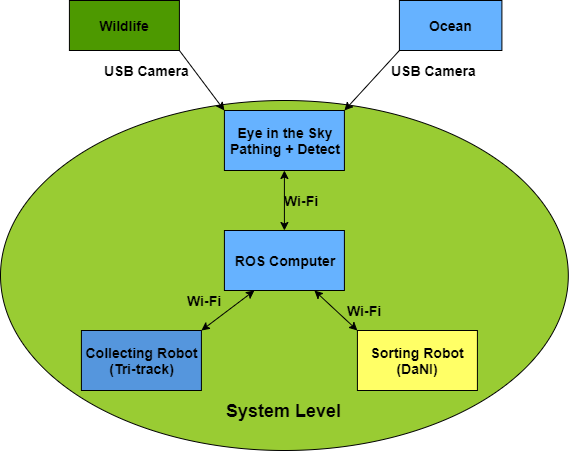
This is Project Videos & Pictures/SysDiagram.png from THEFB199/UniYear3-E-ProjectDocs, a draw.io export, as it was before one commit. Source tidied: cells renumbered, new cells last; positions are measured from the earlier drawing's top-left corner, leaving out a move shared by most shapes. Its diagram source:
```xml
<mxGraphModel>
  <root>
    <mxCell id="0" />
    <mxCell id="1" parent="0" />
    <mxCell id="2" style="ellipse;whiteSpace=wrap;html=1;fillColor=#99CC33;" parent="1" vertex="1">
      <mxGeometry y="100" width="567.8" height="350" as="geometry" />
    </mxCell>
    <mxCell id="3" value="&lt;b&gt;&lt;font style=&quot;font-size: 14px&quot;&gt;Eye in the Sky&lt;br&gt;Pathing + Detect&lt;/font&gt;&lt;/b&gt;" style="rounded=0;whiteSpace=wrap;html=1;fillColor=#66B2FF;" parent="1" vertex="1">
      <mxGeometry x="223.9" y="110" width="120" height="60" as="geometry" />
    </mxCell>
    <mxCell id="4" value="&lt;b&gt;&lt;font style=&quot;font-size: 14px&quot;&gt;Collecting Robot&lt;br&gt;(Tri-track)&lt;/font&gt;&lt;/b&gt;" style="rounded=0;whiteSpace=wrap;html=1;fillColor=#5596Dd;" parent="1" vertex="1">
      <mxGeometry x="80.9" y="330" width="120" height="60" as="geometry" />
    </mxCell>
    <mxCell id="5" value="&lt;b&gt;&lt;font style=&quot;font-size: 14px&quot;&gt;Sorting Robot&lt;br&gt;(DaNI)&lt;/font&gt;&lt;/b&gt;" style="rounded=0;whiteSpace=wrap;html=1;fillColor=#FFFF66;" parent="1" vertex="1">
      <mxGeometry x="356.9" y="330" width="120" height="60" as="geometry" />
    </mxCell>
    <mxCell id="6" value="&lt;b&gt;&lt;font style=&quot;font-size: 14px&quot;&gt;Wildlife&lt;/font&gt;&lt;/b&gt;" style="rounded=0;whiteSpace=wrap;html=1;fillColor=#4D9900;" parent="1" vertex="1">
      <mxGeometry x="68.9" width="110" height="50" as="geometry" />
    </mxCell>
    <mxCell id="7" value="&lt;b&gt;&lt;font style=&quot;font-size: 14px&quot;&gt;Ocean&lt;/font&gt;&lt;/b&gt;" style="rounded=0;whiteSpace=wrap;html=1;fillColor=#66B2FF;" parent="1" vertex="1">
      <mxGeometry x="398.9" width="102.5" height="50" as="geometry" />
    </mxCell>
    <mxCell id="8" value="&lt;b&gt;&lt;font style=&quot;font-size: 14px&quot;&gt;ROS Computer&lt;/font&gt;&lt;/b&gt;" style="rounded=0;whiteSpace=wrap;html=1;fillColor=#66B2FF;" parent="1" vertex="1">
      <mxGeometry x="223.9" y="230" width="120" height="60" as="geometry" />
    </mxCell>
    <mxCell id="9" style="endArrow=classic;startArrow=classic;html=1;exitX=0;exitY=0;exitDx=0;exitDy=0;entryX=0.75;entryY=1;entryDx=0;entryDy=0;" parent="1" edge="1" source="5" target="8">
      <mxGeometry relative="1" as="geometry" />
    </mxCell>
    <mxCell id="10" style="endArrow=classic;startArrow=classic;html=1;exitX=0.25;exitY=1;exitDx=0;exitDy=0;entryX=1;entryY=0;entryDx=0;entryDy=0;" parent="1" edge="1" source="8" target="4">
      <mxGeometry relative="1" as="geometry" />
    </mxCell>
    <mxCell id="11" style="endArrow=classic;startArrow=classic;html=1;entryX=0.5;entryY=0;entryDx=0;entryDy=0;fillColor=none;" parent="1" edge="1" target="8">
      <mxGeometry relative="1" as="geometry">
        <mxPoint x="283.9" y="170" as="sourcePoint" />
      </mxGeometry>
    </mxCell>
    <mxCell id="12" value="&lt;b&gt;&lt;font style=&quot;font-size: 14px&quot;&gt;Wi-Fi&lt;/font&gt;&lt;/b&gt;" style="text;html=1;align=center;verticalAlign=middle;" parent="1" vertex="1">
      <mxGeometry x="276.4" y="190" width="50" height="20" as="geometry" />
    </mxCell>
    <mxCell id="13" value="&lt;b&gt;&lt;font style=&quot;font-size: 14px&quot;&gt;Wi-Fi&lt;/font&gt;&lt;/b&gt;" style="text;html=1;align=center;verticalAlign=middle;" parent="1" vertex="1">
      <mxGeometry x="338.9" y="300" width="50" height="20" as="geometry" />
    </mxCell>
    <mxCell id="14" value="&lt;b&gt;&lt;font style=&quot;font-size: 14px&quot;&gt;Wi-Fi&lt;/font&gt;&lt;/b&gt;" style="text;html=1;align=center;verticalAlign=middle;" parent="1" vertex="1">
      <mxGeometry x="178.9" y="290" width="50" height="20" as="geometry" />
    </mxCell>
    <mxCell id="15" value="&lt;b&gt;&lt;font style=&quot;font-size: 14px&quot;&gt;USB Camera&lt;/font&gt;&lt;/b&gt;" style="text;html=1;align=center;verticalAlign=middle;" parent="1" vertex="1">
      <mxGeometry x="96.4" y="60" width="100" height="20" as="geometry" />
    </mxCell>
    <mxCell id="16" value="&lt;b&gt;&lt;font style=&quot;font-size: 18px&quot;&gt;System Level&lt;/font&gt;&lt;/b&gt;" style="text;html=1;align=center;verticalAlign=middle;" parent="1" vertex="1">
      <mxGeometry x="218.9" y="400" width="130" height="20" as="geometry" />
    </mxCell>
    <mxCell id="17" style="endArrow=classic;html=1;fillColor=none;entryX=0;entryY=0;entryDx=0;entryDy=0;exitX=1;exitY=1;exitDx=0;exitDy=0;" parent="1" edge="1" source="6" target="3">
      <mxGeometry relative="1" as="geometry" />
    </mxCell>
    <mxCell id="18" style="endArrow=classic;html=1;fillColor=none;entryX=1;entryY=0;entryDx=0;entryDy=0;exitX=0;exitY=1;exitDx=0;exitDy=0;" parent="1" edge="1" source="7" target="3">
      <mxGeometry relative="1" as="geometry" />
    </mxCell>
    <mxCell id="19" value="&lt;b&gt;&lt;font style=&quot;font-size: 14px&quot;&gt;USB Camera&lt;/font&gt;&lt;/b&gt;" style="text;html=1;align=center;verticalAlign=middle;" parent="1" vertex="1">
      <mxGeometry x="383.9" y="60" width="100" height="20" as="geometry" />
    </mxCell>
  </root>
</mxGraphModel>
```
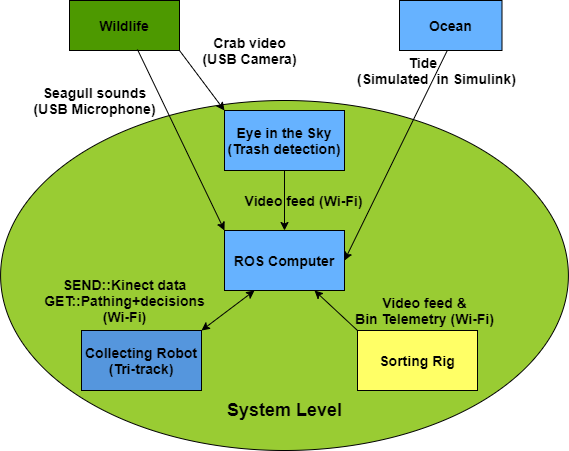
Later version of the same file.

Commit message:
System Level Diagram from GW3

- Has changes specified in 'earth_system_diag.drawio'

Change to the diagram source:
```diff
@@ -1,62 +1,66 @@
-<mxGraphModel>
+<mxGraphModel background="#ffffff">
   <root>
     <mxCell id="0" />
     <mxCell id="1" parent="0" />
-    <mxCell id="2" style="ellipse;whiteSpace=wrap;html=1;fillColor=#99CC33;" parent="1" vertex="1">
-      <mxGeometry y="100" width="567.8" height="350" as="geometry" />
-    </mxCell>
-    <mxCell id="3" value="&lt;b&gt;&lt;font style=&quot;font-size: 14px&quot;&gt;Eye in the Sky&lt;br&gt;Pathing + Detect&lt;/font&gt;&lt;/b&gt;" style="rounded=0;whiteSpace=wrap;html=1;fillColor=#66B2FF;" parent="1" vertex="1">
-      <mxGeometry x="223.9" y="110" width="120" height="60" as="geometry" />
-    </mxCell>
+    <mxCell id="20" style="ellipse;whiteSpace=wrap;html=1;fillColor=#99CC33;" parent="1" vertex="1">
+      <mxGeometry y="100" width="567.8" height="350" as="geometry" />
+    </mxCell>
+    <mxCell id="21" style="edgeStyle=orthogonalEdgeStyle;rounded=0;jettySize=auto;html=1;" parent="1" edge="1" source="22" target="8">
+      <mxGeometry relative="1" as="geometry" />
+    </mxCell>
+    <mxCell id="22" value="&lt;b&gt;&lt;font style=&quot;font-size: 14px&quot;&gt;Eye in the Sky&lt;br&gt;(Trash detection)&lt;/font&gt;&lt;/b&gt;" style="rounded=0;whiteSpace=wrap;html=1;fillColor=#66B2FF;" parent="1" vertex="1">
+      <mxGeometry x="223.9" y="110" width="120" height="60" as="geometry" />
+    </mxCell>
     <mxCell id="4" value="&lt;b&gt;&lt;font style=&quot;font-size: 14px&quot;&gt;Collecting Robot&lt;br&gt;(Tri-track)&lt;/font&gt;&lt;/b&gt;" style="rounded=0;whiteSpace=wrap;html=1;fillColor=#5596Dd;" parent="1" vertex="1">
       <mxGeometry x="80.9" y="330" width="120" height="60" as="geometry" />
     </mxCell>
-    <mxCell id="5" value="&lt;b&gt;&lt;font style=&quot;font-size: 14px&quot;&gt;Sorting Robot&lt;br&gt;(DaNI)&lt;/font&gt;&lt;/b&gt;" style="rounded=0;whiteSpace=wrap;html=1;fillColor=#FFFF66;" parent="1" vertex="1">
-      <mxGeometry x="356.9" y="330" width="120" height="60" as="geometry" />
-    </mxCell>
+    <mxCell id="23" value="&lt;b&gt;&lt;font style=&quot;font-size: 14px&quot;&gt;Sorting Rig&lt;/font&gt;&lt;/b&gt;" style="rounded=0;whiteSpace=wrap;html=1;fillColor=#FFFF66;" parent="1" vertex="1">
+      <mxGeometry x="356.9" y="330" width="120" height="60" as="geometry" />
+    </mxCell>
     <mxCell id="6" value="&lt;b&gt;&lt;font style=&quot;font-size: 14px&quot;&gt;Wildlife&lt;/font&gt;&lt;/b&gt;" style="rounded=0;whiteSpace=wrap;html=1;fillColor=#4D9900;" parent="1" vertex="1">
       <mxGeometry x="68.9" width="110" height="50" as="geometry" />
     </mxCell>
     <mxCell id="7" value="&lt;b&gt;&lt;font style=&quot;font-size: 14px&quot;&gt;Ocean&lt;/font&gt;&lt;/b&gt;" style="rounded=0;whiteSpace=wrap;html=1;fillColor=#66B2FF;" parent="1" vertex="1">
       <mxGeometry x="398.9" width="102.5" height="50" as="geometry" />
     </mxCell>
-    <mxCell id="8" value="&lt;b&gt;&lt;font style=&quot;font-size: 14px&quot;&gt;ROS Computer&lt;/font&gt;&lt;/b&gt;" style="rounded=0;whiteSpace=wrap;html=1;fillColor=#66B2FF;" parent="1" vertex="1">
+    <mxCell id="8" value="&lt;b&gt;&lt;font style=&quot;font-size: 14px&quot;&gt;ROS Computer&lt;br&gt;&lt;/font&gt;&lt;/b&gt;" style="rounded=0;whiteSpace=wrap;html=1;fillColor=#66B2FF;" parent="1" vertex="1">
       <mxGeometry x="223.9" y="230" width="120" height="60" as="geometry" />
     </mxCell>
-    <mxCell id="9" style="endArrow=classic;startArrow=classic;html=1;exitX=0;exitY=0;exitDx=0;exitDy=0;entryX=0.75;entryY=1;entryDx=0;entryDy=0;" parent="1" edge="1" source="5" target="8">
-      <mxGeometry relative="1" as="geometry" />
-    </mxCell>
     <mxCell id="10" style="endArrow=classic;startArrow=classic;html=1;exitX=0.25;exitY=1;exitDx=0;exitDy=0;entryX=1;entryY=0;entryDx=0;entryDy=0;" parent="1" edge="1" source="8" target="4">
       <mxGeometry relative="1" as="geometry" />
     </mxCell>
-    <mxCell id="11" style="endArrow=classic;startArrow=classic;html=1;entryX=0.5;entryY=0;entryDx=0;entryDy=0;fillColor=none;" parent="1" edge="1" target="8">
-      <mxGeometry relative="1" as="geometry">
-        <mxPoint x="283.9" y="170" as="sourcePoint" />
-      </mxGeometry>
-    </mxCell>
-    <mxCell id="12" value="&lt;b&gt;&lt;font style=&quot;font-size: 14px&quot;&gt;Wi-Fi&lt;/font&gt;&lt;/b&gt;" style="text;html=1;align=center;verticalAlign=middle;" parent="1" vertex="1">
-      <mxGeometry x="276.4" y="190" width="50" height="20" as="geometry" />
-    </mxCell>
-    <mxCell id="13" value="&lt;b&gt;&lt;font style=&quot;font-size: 14px&quot;&gt;Wi-Fi&lt;/font&gt;&lt;/b&gt;" style="text;html=1;align=center;verticalAlign=middle;" parent="1" vertex="1">
-      <mxGeometry x="338.9" y="300" width="50" height="20" as="geometry" />
-    </mxCell>
-    <mxCell id="14" value="&lt;b&gt;&lt;font style=&quot;font-size: 14px&quot;&gt;Wi-Fi&lt;/font&gt;&lt;/b&gt;" style="text;html=1;align=center;verticalAlign=middle;" parent="1" vertex="1">
-      <mxGeometry x="178.9" y="290" width="50" height="20" as="geometry" />
-    </mxCell>
-    <mxCell id="15" value="&lt;b&gt;&lt;font style=&quot;font-size: 14px&quot;&gt;USB Camera&lt;/font&gt;&lt;/b&gt;" style="text;html=1;align=center;verticalAlign=middle;" parent="1" vertex="1">
-      <mxGeometry x="96.4" y="60" width="100" height="20" as="geometry" />
-    </mxCell>
+    <mxCell id="24" value="&lt;b&gt;&lt;font style=&quot;font-size: 14px&quot;&gt;Video feed (Wi-Fi)&lt;/font&gt;&lt;/b&gt;" style="text;html=1;align=center;verticalAlign=middle;" parent="1" vertex="1">
+      <mxGeometry x="237.4" y="190" width="130" height="20" as="geometry" />
+    </mxCell>
+    <mxCell id="25" value="&lt;b&gt;&lt;font style=&quot;font-size: 14px&quot;&gt;Video feed &amp;amp;&lt;br&gt;Bin Telemetry (Wi-Fi)&lt;/font&gt;&lt;/b&gt;" style="text;html=1;align=center;verticalAlign=middle;" parent="1" vertex="1">
+      <mxGeometry x="348.9" y="290" width="150" height="40" as="geometry" />
+    </mxCell>
+    <mxCell id="26" value="&lt;b&gt;&lt;font style=&quot;font-size: 14px&quot;&gt;SEND::Kinect data&lt;br&gt;&lt;/font&gt;&lt;/b&gt;&lt;b style=&quot;white-space: normal&quot;&gt;&lt;font style=&quot;font-size: 14px&quot;&gt;GET::Pathing+decisions&lt;br&gt;&lt;/font&gt;&lt;/b&gt;&lt;b&gt;&lt;font style=&quot;font-size: 14px&quot;&gt;(Wi-Fi)&lt;/font&gt;&lt;/b&gt;&lt;b&gt;&lt;font style=&quot;font-size: 14px&quot;&gt;&lt;br&gt;&lt;/font&gt;&lt;/b&gt;" style="text;html=1;align=center;verticalAlign=middle;" parent="1" vertex="1">
+      <mxGeometry x="33.9" y="275" width="180" height="50" as="geometry" />
+    </mxCell>
+    <mxCell id="27" value="&lt;b&gt;&lt;font style=&quot;font-size: 14px&quot;&gt;Crab video&lt;br&gt;(&lt;/font&gt;&lt;/b&gt;&lt;b&gt;&lt;font style=&quot;font-size: 14px&quot;&gt;USB Camera&lt;/font&gt;&lt;/b&gt;&lt;b&gt;&lt;font style=&quot;font-size: 14px&quot;&gt;)&lt;/font&gt;&lt;/b&gt;&lt;b&gt;&lt;font style=&quot;font-size: 14px&quot;&gt;&lt;br&gt;&lt;/font&gt;&lt;/b&gt;" style="text;html=1;align=center;verticalAlign=middle;" parent="1" vertex="1">
+      <mxGeometry x="193.9" y="30" width="110" height="40" as="geometry" />
+    </mxCell>
     <mxCell id="16" value="&lt;b&gt;&lt;font style=&quot;font-size: 18px&quot;&gt;System Level&lt;/font&gt;&lt;/b&gt;" style="text;html=1;align=center;verticalAlign=middle;" parent="1" vertex="1">
       <mxGeometry x="218.9" y="400" width="130" height="20" as="geometry" />
     </mxCell>
-    <mxCell id="17" style="endArrow=classic;html=1;fillColor=none;entryX=0;entryY=0;entryDx=0;entryDy=0;exitX=1;exitY=1;exitDx=0;exitDy=0;" parent="1" edge="1" source="6" target="3">
-      <mxGeometry relative="1" as="geometry" />
-    </mxCell>
-    <mxCell id="18" style="endArrow=classic;html=1;fillColor=none;entryX=1;entryY=0;entryDx=0;entryDy=0;exitX=0;exitY=1;exitDx=0;exitDy=0;" parent="1" edge="1" source="7" target="3">
-      <mxGeometry relative="1" as="geometry" />
-    </mxCell>
-    <mxCell id="19" value="&lt;b&gt;&lt;font style=&quot;font-size: 14px&quot;&gt;USB Camera&lt;/font&gt;&lt;/b&gt;" style="text;html=1;align=center;verticalAlign=middle;" parent="1" vertex="1">
-      <mxGeometry x="383.9" y="60" width="100" height="20" as="geometry" />
-    </mxCell>
+    <mxCell id="28" style="endArrow=classic;html=1;fillColor=none;entryX=0;entryY=0;entryDx=0;entryDy=0;exitX=1;exitY=1;exitDx=0;exitDy=0;" parent="1" edge="1" source="6" target="22">
+      <mxGeometry relative="1" as="geometry" />
+    </mxCell>
+    <mxCell id="29" style="endArrow=classic;html=1;fillColor=none;entryX=1;entryY=0.5;entryDx=0;entryDy=0;exitX=0.571;exitY=0;exitDx=0;exitDy=0;exitPerimeter=0;" parent="1" edge="1" source="30" target="8">
+      <mxGeometry relative="1" as="geometry" />
+    </mxCell>
+    <mxCell id="30" value="&lt;b&gt;&lt;font style=&quot;font-size: 14px&quot;&gt;Tide&amp;nbsp; &amp;nbsp; &amp;nbsp;&amp;nbsp;&lt;br&gt;&amp;nbsp;(Simulated&amp;nbsp; in Simulink&lt;/font&gt;&lt;/b&gt;&lt;b&gt;&lt;font style=&quot;font-size: 14px&quot;&gt;)&lt;/font&gt;&lt;/b&gt;&lt;b&gt;&lt;font style=&quot;font-size: 14px&quot;&gt;&lt;br&gt;&lt;/font&gt;&lt;/b&gt;" style="text;html=1;align=center;verticalAlign=middle;points=[];" parent="1" vertex="1">
+      <mxGeometry x="343.9" y="50" width="180" height="40" as="geometry" />
+    </mxCell>
+    <mxCell id="31" style="endArrow=classic;html=1;fillColor=none;exitX=0.618;exitY=0.98;exitDx=0;exitDy=0;exitPerimeter=0;entryX=0;entryY=0;entryDx=0;entryDy=0;" parent="1" edge="1" source="6" target="8">
+      <mxGeometry relative="1" as="geometry" />
+    </mxCell>
+    <mxCell id="32" value="&lt;b&gt;&lt;font style=&quot;font-size: 14px&quot;&gt;Seagull sounds&lt;br&gt;(&lt;/font&gt;&lt;/b&gt;&lt;b&gt;&lt;font style=&quot;font-size: 14px&quot;&gt;USB Microphone&lt;/font&gt;&lt;/b&gt;&lt;b&gt;&lt;font style=&quot;font-size: 14px&quot;&gt;)&lt;br&gt;&lt;/font&gt;&lt;/b&gt;" style="text;html=1;align=center;verticalAlign=middle;" parent="1" vertex="1">
+      <mxGeometry x="23.9" y="80" width="140" height="40" as="geometry" />
+    </mxCell>
+    <mxCell id="33" style="endArrow=classic;html=1;entryX=0.75;entryY=1;entryDx=0;entryDy=0;exitX=0;exitY=0;exitDx=0;exitDy=0;" parent="1" edge="1" source="23" target="8">
+      <mxGeometry relative="1" as="geometry" />
+    </mxCell>
   </root>
 </mxGraphModel>
```
